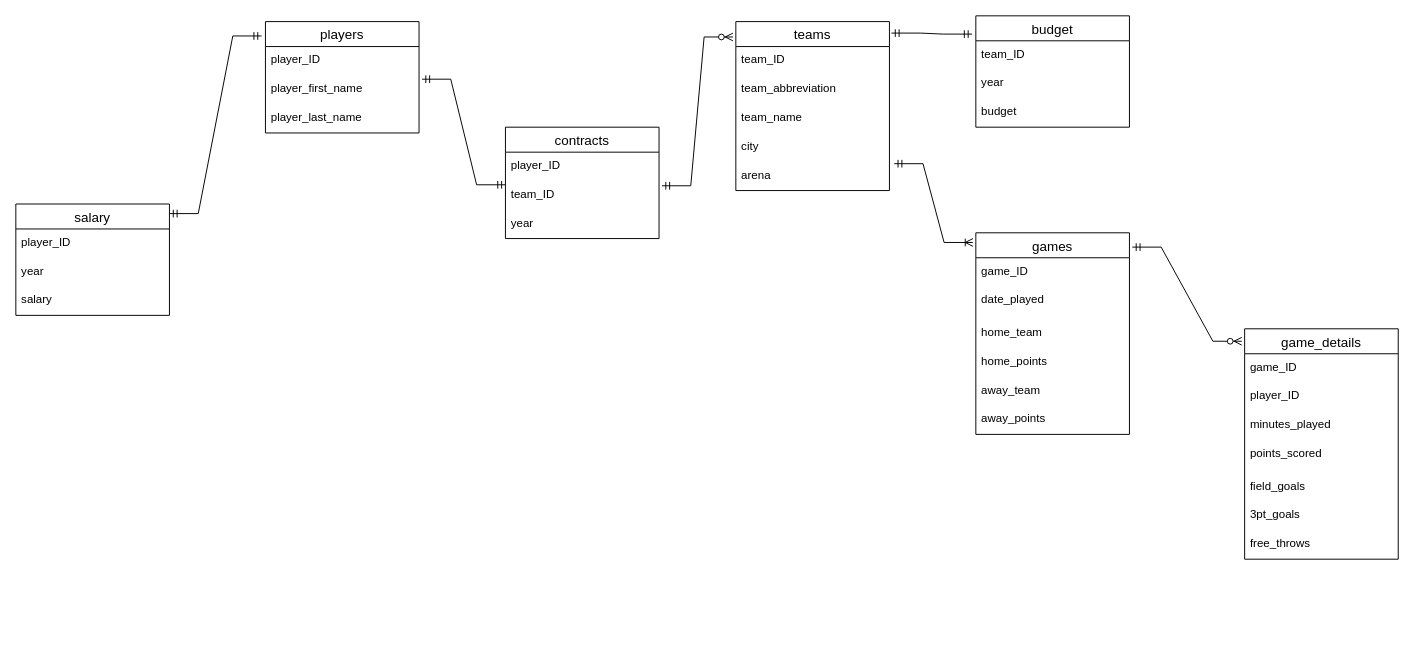
Before: page "Logical" (2 of 3) of Untitled Diagram.drawio in GREEBLE-Bart/syntra-data_analyst, a draw.io diagram. Source tidied: cells renumbered, new cells numbered last; positions are measured from the earlier drawing's top-left corner, leaving out a move shared by most shapes. Both pictures are drawn from the tidied source at 96%, with x=0, y=0 at pixel (15, 15).
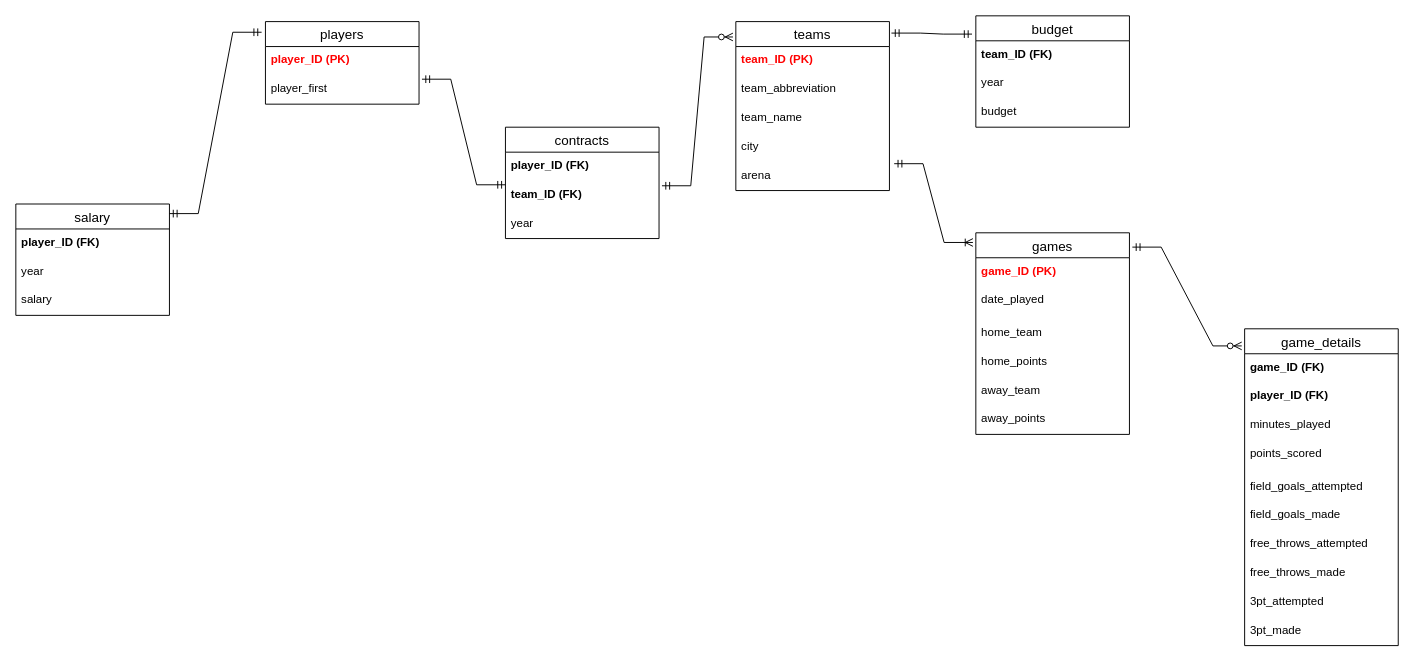
After the change.

Unchanged cells that the change refers to:
```xml
<mxCell id="6" value="teams" style="swimlane;fontStyle=0;horizontal=1;startSize=26;align=center;fontSize=14;" parent="1" vertex="1">
  <mxGeometry x="750" y="6" width="160" height="176" as="geometry" />
</mxCell>
<mxCell id="12" value="contracts" style="swimlane;fontStyle=0;horizontal=1;startSize=26;align=center;fontSize=14;" parent="1" vertex="1">
  <mxGeometry x="510" y="116" width="160" height="116" as="geometry" />
</mxCell>
<mxCell id="16" value="budget" style="swimlane;fontStyle=0;horizontal=1;startSize=26;align=center;fontSize=14;" parent="1" vertex="1">
  <mxGeometry x="1000" width="160" height="116" as="geometry" />
</mxCell>
<mxCell id="20" value="salary" style="swimlane;fontStyle=0;horizontal=1;startSize=26;align=center;fontSize=14;" parent="1" vertex="1">
  <mxGeometry y="196" width="160" height="116" as="geometry" />
</mxCell>
<mxCell id="24" value="games" style="swimlane;fontStyle=0;horizontal=1;startSize=26;align=center;fontSize=14;" parent="1" vertex="1">
  <mxGeometry x="1000" y="226" width="160" height="210" as="geometry" />
</mxCell>
```

The edit, as a diff of the source:
```diff
@@
     <mxCell id="2" value="players" style="swimlane;fontStyle=0;horizontal=1;startSize=26;align=center;fontSize=14;" parent="1" vertex="1">
-      <mxGeometry x="260" y="6" width="160" height="116" as="geometry" />
+      <mxGeometry x="260" y="6" width="160" height="86" as="geometry" />
     </mxCell>
-    <mxCell id="3" value="player_ID" style="text;strokeColor=none;fillColor=none;spacingLeft=4;spacingRight=4;overflow=hidden;fontSize=12;" parent="2" vertex="1">
+    <mxCell id="3" value="player_ID (PK)" style="text;strokeColor=none;fillColor=none;spacingLeft=4;spacingRight=4;overflow=hidden;fontSize=12;fontStyle=1;fontColor=#FF0000;" parent="2" vertex="1">
       <mxGeometry y="26" width="160" height="30" as="geometry" />
     </mxCell>
-    <mxCell id="4" value="player_first_name" style="text;strokeColor=none;fillColor=none;spacingLeft=4;spacingRight=4;overflow=hidden;points=[[0,0.5],[1,0.5]];portConstraint=eastwest;fontSize=12;" parent="2" vertex="1">
+    <mxCell id="4" value="player_first" style="text;strokeColor=none;fillColor=none;spacingLeft=4;spacingRight=4;overflow=hidden;points=[[0,0.5],[1,0.5]];portConstraint=eastwest;fontSize=12;" parent="2" vertex="1">
       <mxGeometry y="56" width="160" height="30" as="geometry" />
     </mxCell>
-    <mxCell id="5" value="player_last_name" style="text;strokeColor=none;fillColor=none;spacingLeft=4;spacingRight=4;overflow=hidden;fontSize=12;" parent="2" vertex="1">
-      <mxGeometry y="86" width="160" height="30" as="geometry" />
-    </mxCell>
@@
-    <mxCell id="7" value="team_ID" style="text;strokeColor=none;fillColor=none;spacingLeft=4;spacingRight=4;overflow=hidden;fontSize=12;" parent="6" vertex="1">
+    <mxCell id="7" value="team_ID (PK)" style="text;strokeColor=none;fillColor=none;spacingLeft=4;spacingRight=4;overflow=hidden;fontSize=12;fontStyle=1;fontColor=#FF0000;" parent="6" vertex="1">
       <mxGeometry y="26" width="160" height="30" as="geometry" />
     </mxCell>
@@
-    <mxCell id="13" value="player_ID" style="text;strokeColor=none;fillColor=none;spacingLeft=4;spacingRight=4;overflow=hidden;fontSize=12;" parent="12" vertex="1">
+    <mxCell id="13" value="player_ID (FK)" style="text;strokeColor=none;fillColor=none;spacingLeft=4;spacingRight=4;overflow=hidden;fontSize=12;fontStyle=1;" parent="12" vertex="1">
       <mxGeometry y="26" width="160" height="30" as="geometry" />
     </mxCell>
-    <mxCell id="14" value="team_ID" style="text;strokeColor=none;fillColor=none;spacingLeft=4;spacingRight=4;overflow=hidden;points=[[0,0.5],[1,0.5]];portConstraint=eastwest;fontSize=12;" parent="12" vertex="1">
+    <mxCell id="14" value="team_ID (FK)" style="text;strokeColor=none;fillColor=none;spacingLeft=4;spacingRight=4;overflow=hidden;points=[[0,0.5],[1,0.5]];portConstraint=eastwest;fontSize=12;fontStyle=1;" parent="12" vertex="1">
       <mxGeometry y="56" width="160" height="30" as="geometry" />
     </mxCell>
@@
-    <mxCell id="17" value="team_ID" style="text;strokeColor=none;fillColor=none;spacingLeft=4;spacingRight=4;overflow=hidden;fontSize=12;" parent="16" vertex="1">
+    <mxCell id="17" value="team_ID (FK)" style="text;strokeColor=none;fillColor=none;spacingLeft=4;spacingRight=4;overflow=hidden;fontSize=12;fontStyle=1;" parent="16" vertex="1">
       <mxGeometry y="26" width="160" height="30" as="geometry" />
     </mxCell>
@@
-    <mxCell id="21" value="player_ID" style="text;strokeColor=none;fillColor=none;spacingLeft=4;spacingRight=4;overflow=hidden;fontSize=12;" parent="20" vertex="1">
+    <mxCell id="21" value="player_ID (FK)" style="text;strokeColor=none;fillColor=none;spacingLeft=4;spacingRight=4;overflow=hidden;fontSize=12;fontStyle=1;" parent="20" vertex="1">
       <mxGeometry y="26" width="160" height="30" as="geometry" />
     </mxCell>
@@
-    <mxCell id="25" value="game_ID" style="text;strokeColor=none;fillColor=none;spacingLeft=4;spacingRight=4;overflow=hidden;fontSize=12;" parent="24" vertex="1">
+    <mxCell id="25" value="game_ID (PK)" style="text;strokeColor=none;fillColor=none;spacingLeft=4;spacingRight=4;overflow=hidden;fontSize=12;fontStyle=1;fontColor=#FF0000;" parent="24" vertex="1">
       <mxGeometry y="26" width="160" height="30" as="geometry" />
     </mxCell>
@@
     <mxCell id="31" value="game_details" style="swimlane;fontStyle=0;horizontal=1;startSize=26;align=center;fontSize=14;" parent="1" vertex="1">
-      <mxGeometry x="1280" y="326" width="160" height="240" as="geometry" />
+      <mxGeometry x="1280" y="326" width="160" height="330" as="geometry" />
     </mxCell>
-    <mxCell id="32" value="game_ID" style="text;strokeColor=none;fillColor=none;spacingLeft=4;spacingRight=4;overflow=hidden;fontSize=12;" parent="31" vertex="1">
+    <mxCell id="32" value="game_ID (FK)" style="text;strokeColor=none;fillColor=none;spacingLeft=4;spacingRight=4;overflow=hidden;fontSize=12;fontStyle=1;" parent="31" vertex="1">
       <mxGeometry y="26" width="160" height="30" as="geometry" />
     </mxCell>
-    <mxCell id="33" value="player_ID" style="text;strokeColor=none;fillColor=none;spacingLeft=4;spacingRight=4;overflow=hidden;fontSize=12;" parent="31" vertex="1">
+    <mxCell id="33" value="player_ID (FK)" style="text;strokeColor=none;fillColor=none;spacingLeft=4;spacingRight=4;overflow=hidden;fontSize=12;fontStyle=1;" parent="31" vertex="1">
       <mxGeometry y="56" width="160" height="30" as="geometry" />
     </mxCell>
@@
-    <mxCell id="36" value="field_goals" style="text;strokeColor=none;fillColor=none;spacingLeft=4;spacingRight=4;overflow=hidden;fontSize=12;" parent="31" vertex="1">
+    <mxCell id="36" value="field_goals_attempted" style="text;strokeColor=none;fillColor=none;spacingLeft=4;spacingRight=4;overflow=hidden;fontSize=12;" parent="31" vertex="1">
       <mxGeometry y="150" width="160" height="30" as="geometry" />
     </mxCell>
-    <mxCell id="37" value="3pt_goals" style="text;strokeColor=none;fillColor=none;spacingLeft=4;spacingRight=4;overflow=hidden;fontSize=12;" parent="31" vertex="1">
-      <mxGeometry y="180" width="160" height="30" as="geometry" />
-    </mxCell>
+    <mxCell id="45" value="field_goals_made" style="text;strokeColor=none;fillColor=none;spacingLeft=4;spacingRight=4;overflow=hidden;fontSize=12;" parent="31" vertex="1">
+      <mxGeometry y="180" width="160" height="30" as="geometry" />
+    </mxCell>
-    <mxCell id="38" value="free_throws" style="text;strokeColor=none;fillColor=none;spacingLeft=4;spacingRight=4;overflow=hidden;fontSize=12;" parent="31" vertex="1">
+    <mxCell id="38" value="free_throws_attempted" style="text;strokeColor=none;fillColor=none;spacingLeft=4;spacingRight=4;overflow=hidden;fontSize=12;" parent="31" vertex="1">
       <mxGeometry y="210" width="160" height="30" as="geometry" />
     </mxCell>
+    <mxCell id="46" value="free_throws_made" style="text;strokeColor=none;fillColor=none;spacingLeft=4;spacingRight=4;overflow=hidden;fontSize=12;" parent="31" vertex="1">
+      <mxGeometry y="240" width="160" height="30" as="geometry" />
+    </mxCell>
+    <mxCell id="47" value="3pt_attempted" style="text;strokeColor=none;fillColor=none;spacingLeft=4;spacingRight=4;overflow=hidden;fontSize=12;" parent="31" vertex="1">
+      <mxGeometry y="270" width="160" height="30" as="geometry" />
+    </mxCell>
+    <mxCell id="48" value="3pt_made" style="text;strokeColor=none;fillColor=none;spacingLeft=4;spacingRight=4;overflow=hidden;fontSize=12;" parent="31" vertex="1">
+      <mxGeometry y="300" width="160" height="30" as="geometry" />
+    </mxCell>
```
